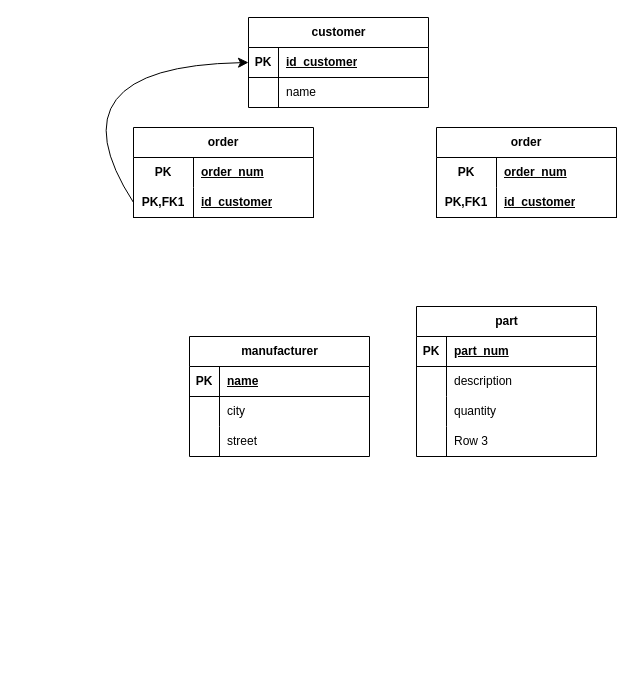
Above: RA2A2_act(2).drawio in victor06-git/Progam_with_Victor (draw.io), before the change. Source tidied: cells renumbered, new cells numbered last; positions are measured from the earlier drawing's top-left corner, leaving out a move shared by most shapes. Both pictures are drawn from the tidied source at 100%, with x=0, y=0 at pixel (45, 17).
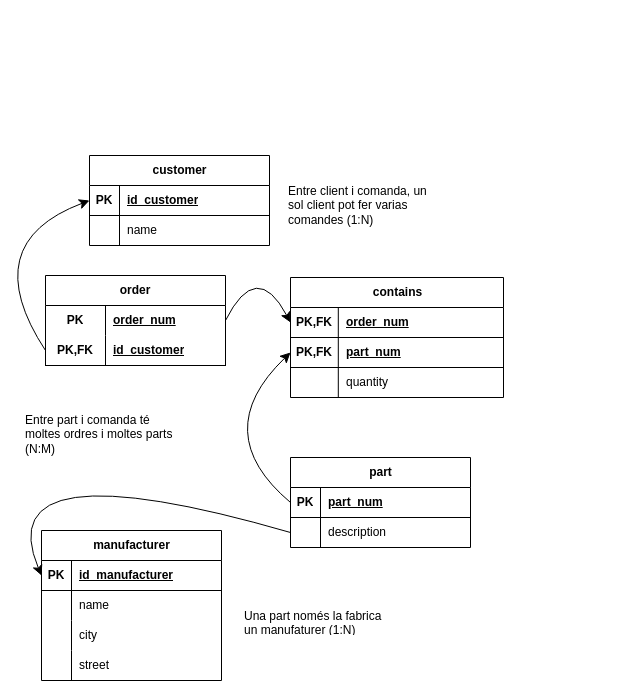
Above is the later version.

Unchanged cells that the change refers to:
```xml
<mxCell id="3" style="shape=tableRow;horizontal=0;startSize=0;swimlaneHead=0;swimlaneBody=0;fillColor=none;points=[[0,0.5],[1,0.5]];portConstraint=eastwest;top=0;left=0;right=0;bottom=1;" parent="2" vertex="1">
  <mxGeometry y="30" width="180" height="30" as="geometry" />
</mxCell>
<mxCell id="10" style="shape=tableRow;horizontal=0;startSize=0;swimlaneHead=0;swimlaneBody=0;fillColor=none;points=[[0,0.5],[1,0.5]];portConstraint=eastwest;top=0;left=0;right=0;bottom=0;html=1;" parent="9" vertex="1">
  <mxGeometry y="30" width="180" height="30" as="geometry" />
</mxCell>
<mxCell id="13" style="shape=tableRow;horizontal=0;startSize=0;swimlaneHead=0;swimlaneBody=0;fillColor=none;points=[[0,0.5],[1,0.5]];portConstraint=eastwest;top=0;left=0;right=0;bottom=1;html=1;" parent="9" vertex="1">
  <mxGeometry y="60" width="180" height="30" as="geometry" />
</mxCell>
<mxCell id="18" style="shape=tableRow;horizontal=0;startSize=0;swimlaneHead=0;swimlaneBody=0;fillColor=none;points=[[0,0.5],[1,0.5]];portConstraint=eastwest;top=0;left=0;right=0;bottom=1;" parent="17" vertex="1">
  <mxGeometry y="30" width="180" height="30" as="geometry" />
</mxCell>
<mxCell id="35" style="shape=tableRow;horizontal=0;startSize=0;swimlaneHead=0;swimlaneBody=0;fillColor=none;points=[[0,0.5],[1,0.5]];portConstraint=eastwest;top=0;left=0;right=0;bottom=1;" parent="34" vertex="1">
  <mxGeometry y="30" width="180" height="30" as="geometry" />
</mxCell>
<mxCell id="38" style="shape=tableRow;horizontal=0;startSize=0;swimlaneHead=0;swimlaneBody=0;fillColor=none;points=[[0,0.5],[1,0.5]];portConstraint=eastwest;top=0;left=0;right=0;bottom=0;" parent="34" vertex="1">
  <mxGeometry y="60" width="180" height="30" as="geometry" />
</mxCell>
```

Diff of the diagram source:
```diff
@@
     <mxCell id="2" value="customer" style="shape=table;startSize=30;childLayout=tableLayout;rowLines=0;fontStyle=1;align=center;html=1;" parent="1" vertex="1">
-      <mxGeometry x="203" width="180" height="90" as="geometry" />
+      <mxGeometry x="44" y="138" width="180" height="90" as="geometry" />
     </mxCell>
@@
     <mxCell id="9" value="order" style="shape=table;startSize=30;childLayout=tableLayout;rowLines=0;fontStyle=1;align=center;html=1;whiteSpace=wrap;" parent="1" vertex="1">
-      <mxGeometry x="88" y="110" width="180" height="90" as="geometry" />
+      <mxGeometry y="258" width="180" height="90" as="geometry" />
     </mxCell>
@@
-    <mxCell id="14" value="PK,FK1" style="shape=partialRectangle;fillColor=none;top=0;left=0;bottom=0;right=0;fontStyle=1;overflow=hidden;html=1;whiteSpace=wrap;" parent="13" vertex="1">
+    <mxCell id="14" value="PK,FK" style="shape=partialRectangle;fillColor=none;top=0;left=0;bottom=0;right=0;fontStyle=1;overflow=hidden;html=1;whiteSpace=wrap;" parent="13" vertex="1">
       <mxGeometry width="60" height="30" as="geometry" />
     </mxCell>
@@
     <mxCell id="16" style="edgeStyle=none;curved=1;rounded=0;jettySize=auto;html=1;exitX=0;exitY=0.5;exitDx=0;exitDy=0;entryX=0;entryY=0.5;entryDx=0;entryDy=0;fontSize=12;startSize=8;endSize=8;" parent="1" edge="1" source="13" target="3">
       <mxGeometry relative="1" as="geometry">
         <Array as="points">
-          <mxPoint y="49" />
+          <mxPoint x="-70" y="226" />
         </Array>
       </mxGeometry>
     </mxCell>
     <mxCell id="17" value="manufacturer" style="shape=table;startSize=30;childLayout=tableLayout;rowLines=0;fontStyle=1;align=center;html=1;" parent="1" vertex="1">
-      <mxGeometry x="144" y="319" width="180" height="120" as="geometry" />
+      <mxGeometry x="-4" y="513" width="180" height="150" as="geometry" />
     </mxCell>
@@
+    <mxCell id="47" value="id_manufacturer" style="shape=partialRectangle;fillColor=none;top=0;left=0;bottom=0;right=0;align=left;spacingLeft=6;fontStyle=5;overflow=hidden;whiteSpace=wrap;html=1;" parent="18" vertex="1">
+      <mxGeometry x="30" width="150" height="30" as="geometry" />
+    </mxCell>
+    <mxCell id="48" style="shape=tableRow;horizontal=0;startSize=0;swimlaneHead=0;swimlaneBody=0;fillColor=none;top=0;left=0;right=0;bottom=0;" parent="17" vertex="1">
+      <mxGeometry y="60" width="180" height="30" as="geometry" />
+    </mxCell>
+    <mxCell id="49" style="shape=partialRectangle;fillColor=none;top=0;left=0;bottom=0;right=0;overflow=hidden;whiteSpace=wrap;html=1;" parent="48" vertex="1">
+      <mxGeometry width="30" height="30" as="geometry" />
+    </mxCell>
-    <mxCell id="20" value="name" style="shape=partialRectangle;fillColor=none;top=0;left=0;bottom=0;right=0;align=left;spacingLeft=6;fontStyle=5;overflow=hidden;whiteSpace=wrap;html=1;" parent="18" vertex="1">
+    <mxCell id="20" value="name" style="shape=partialRectangle;fillColor=none;top=0;left=0;bottom=0;right=0;align=left;spacingLeft=6;overflow=hidden;whiteSpace=wrap;html=1;" parent="48" vertex="1">
       <mxGeometry x="30" width="150" height="30" as="geometry" />
     </mxCell>
     <mxCell id="21" style="shape=tableRow;horizontal=0;startSize=0;swimlaneHead=0;swimlaneBody=0;fillColor=none;top=0;left=0;right=0;bottom=0;" parent="17" vertex="1">
-      <mxGeometry y="60" width="180" height="30" as="geometry" />
+      <mxGeometry y="90" width="180" height="30" as="geometry" />
     </mxCell>
@@
     <mxCell id="24" style="shape=tableRow;horizontal=0;startSize=0;swimlaneHead=0;swimlaneBody=0;fillColor=none;top=0;left=0;right=0;bottom=0;" parent="17" vertex="1">
-      <mxGeometry y="90" width="180" height="30" as="geometry" />
+      <mxGeometry y="120" width="180" height="30" as="geometry" />
     </mxCell>
@@
-    <mxCell id="27" value="order" style="shape=table;startSize=30;childLayout=tableLayout;rowLines=0;fontStyle=1;align=center;html=1;whiteSpace=wrap;" parent="1" vertex="1">
-      <mxGeometry x="391" y="110" width="180" height="90" as="geometry" />
-    </mxCell>
-    <mxCell id="28" style="shape=tableRow;horizontal=0;startSize=0;swimlaneHead=0;swimlaneBody=0;fillColor=none;top=0;left=0;right=0;bottom=0;html=1;" parent="27" vertex="1">
-      <mxGeometry y="30" width="180" height="30" as="geometry" />
-    </mxCell>
-    <mxCell id="29" value="PK" style="shape=partialRectangle;fillColor=none;top=0;left=0;bottom=0;right=0;fontStyle=1;overflow=hidden;html=1;whiteSpace=wrap;" parent="28" vertex="1">
-      <mxGeometry width="60" height="30" as="geometry" />
-    </mxCell>
-    <mxCell id="30" value="order_num" style="shape=partialRectangle;fillColor=none;top=0;left=0;bottom=0;right=0;align=left;spacingLeft=6;fontStyle=5;overflow=hidden;html=1;whiteSpace=wrap;" parent="28" vertex="1">
-      <mxGeometry x="60" width="120" height="30" as="geometry" />
-    </mxCell>
-    <mxCell id="31" style="shape=tableRow;horizontal=0;startSize=0;swimlaneHead=0;swimlaneBody=0;fillColor=none;top=0;left=0;right=0;bottom=1;html=1;" parent="27" vertex="1">
-      <mxGeometry y="60" width="180" height="30" as="geometry" />
-    </mxCell>
-    <mxCell id="32" value="PK,FK1" style="shape=partialRectangle;fillColor=none;top=0;left=0;bottom=0;right=0;fontStyle=1;overflow=hidden;html=1;whiteSpace=wrap;" parent="31" vertex="1">
-      <mxGeometry width="60" height="30" as="geometry" />
-    </mxCell>
-    <mxCell id="33" value="id_customer" style="shape=partialRectangle;fillColor=none;top=0;left=0;bottom=0;right=0;align=left;spacingLeft=6;fontStyle=5;overflow=hidden;html=1;whiteSpace=wrap;" parent="31" vertex="1">
-      <mxGeometry x="60" width="120" height="30" as="geometry" />
-    </mxCell>
     <mxCell id="34" value="part" style="shape=table;startSize=30;childLayout=tableLayout;rowLines=0;fontStyle=1;align=center;html=1;" parent="1" vertex="1">
-      <mxGeometry x="371" y="289" width="180" height="150" as="geometry" />
+      <mxGeometry x="245" y="440" width="180" height="90" as="geometry" />
     </mxCell>
@@
-    <mxCell id="41" style="shape=tableRow;horizontal=0;startSize=0;swimlaneHead=0;swimlaneBody=0;fillColor=none;top=0;left=0;right=0;bottom=0;" parent="34" vertex="1">
-      <mxGeometry y="90" width="180" height="30" as="geometry" />
-    </mxCell>
-    <mxCell id="42" style="shape=partialRectangle;fillColor=none;top=0;left=0;bottom=0;right=0;overflow=hidden;whiteSpace=wrap;html=1;" parent="41" vertex="1">
-      <mxGeometry width="30" height="30" as="geometry" />
-    </mxCell>
+    <mxCell id="50" value="contains" style="shape=table;startSize=30;childLayout=tableLayout;rowLines=0;fontStyle=1;align=center;html=1;" parent="1" vertex="1">
+      <mxGeometry x="245" y="260" width="213" height="120" as="geometry" />
+    </mxCell>
+    <mxCell id="51" style="shape=tableRow;horizontal=0;startSize=0;swimlaneHead=0;swimlaneBody=0;fillColor=none;points=[[0,0.5],[1,0.5]];portConstraint=eastwest;top=0;left=0;right=0;bottom=1;" parent="50" vertex="1">
+      <mxGeometry y="30" width="213" height="30" as="geometry" />
+    </mxCell>
+    <mxCell id="52" value="PK,FK" style="shape=partialRectangle;fillColor=none;top=0;left=0;bottom=0;right=0;fontStyle=1;overflow=hidden;whiteSpace=wrap;html=1;" parent="51" vertex="1">
+      <mxGeometry width="47.8" height="30" as="geometry" />
+    </mxCell>
+    <mxCell id="30" value="order_num" style="shape=partialRectangle;fillColor=none;top=0;left=0;bottom=0;right=0;align=left;spacingLeft=6;fontStyle=5;overflow=hidden;whiteSpace=wrap;html=1;" parent="51" vertex="1">
+      <mxGeometry x="47.8" width="165.2" height="30" as="geometry" />
+    </mxCell>
+    <mxCell id="53" style="shape=tableRow;horizontal=0;startSize=0;swimlaneHead=0;swimlaneBody=0;fillColor=none;points=[[0,0.5],[1,0.5]];portConstraint=eastwest;top=0;left=0;right=0;bottom=1;" parent="50" vertex="1">
+      <mxGeometry y="60" width="213" height="30" as="geometry" />
+    </mxCell>
+    <mxCell id="54" value="PK,FK" style="shape=partialRectangle;fillColor=none;top=0;left=0;bottom=0;right=0;fontStyle=1;overflow=hidden;whiteSpace=wrap;html=1;" parent="53" vertex="1">
+      <mxGeometry width="47.8" height="30" as="geometry" />
+    </mxCell>
+    <mxCell id="55" value="part_num" style="shape=partialRectangle;fillColor=none;top=0;left=0;bottom=0;right=0;align=left;spacingLeft=6;fontStyle=5;overflow=hidden;whiteSpace=wrap;html=1;" parent="53" vertex="1">
+      <mxGeometry x="47.8" width="165.2" height="30" as="geometry" />
+    </mxCell>
+    <mxCell id="56" style="shape=tableRow;horizontal=0;startSize=0;swimlaneHead=0;swimlaneBody=0;fillColor=none;top=0;left=0;right=0;bottom=0;" parent="50" vertex="1">
+      <mxGeometry y="90" width="213" height="30" as="geometry" />
+    </mxCell>
+    <mxCell id="57" style="shape=partialRectangle;fillColor=none;top=0;left=0;bottom=0;right=0;overflow=hidden;whiteSpace=wrap;html=1;" parent="56" vertex="1">
+      <mxGeometry width="47.8" height="30" as="geometry" />
+    </mxCell>
-    <mxCell id="43" value="quantity" style="shape=partialRectangle;fillColor=none;top=0;left=0;bottom=0;right=0;align=left;spacingLeft=6;overflow=hidden;whiteSpace=wrap;html=1;" parent="41" vertex="1">
-      <mxGeometry x="30" width="150" height="30" as="geometry" />
+    <mxCell id="43" value="quantity" style="shape=partialRectangle;fillColor=none;top=0;left=0;bottom=0;right=0;align=left;spacingLeft=6;overflow=hidden;whiteSpace=wrap;html=1;" parent="56" vertex="1">
+      <mxGeometry x="47.8" width="165.2" height="30" as="geometry" />
     </mxCell>
-    <mxCell id="44" style="shape=tableRow;horizontal=0;startSize=0;swimlaneHead=0;swimlaneBody=0;fillColor=none;top=0;left=0;right=0;bottom=0;" parent="34" vertex="1">
-      <mxGeometry y="120" width="180" height="30" as="geometry" />
-    </mxCell>
-    <mxCell id="45" style="shape=partialRectangle;fillColor=none;top=0;left=0;bottom=0;right=0;overflow=hidden;whiteSpace=wrap;html=1;" parent="44" vertex="1">
-      <mxGeometry width="30" height="30" as="geometry" />
-    </mxCell>
-    <mxCell id="46" value="Row 3" style="shape=partialRectangle;fillColor=none;top=0;left=0;bottom=0;right=0;align=left;spacingLeft=6;overflow=hidden;whiteSpace=wrap;html=1;" parent="44" vertex="1">
-      <mxGeometry x="30" width="150" height="30" as="geometry" />
-    </mxCell>
+    <mxCell id="58" style="edgeStyle=none;curved=1;rounded=0;jettySize=auto;html=1;exitX=0;exitY=0.5;exitDx=0;exitDy=0;entryX=0;entryY=0.5;entryDx=0;entryDy=0;fontSize=12;startSize=8;endSize=8;" parent="1" edge="1" source="35" target="53">
+      <mxGeometry relative="1" as="geometry">
+        <Array as="points">
+          <mxPoint x="162" y="415" />
+        </Array>
+      </mxGeometry>
+    </mxCell>
+    <mxCell id="59" style="edgeStyle=none;curved=1;rounded=0;jettySize=auto;html=1;exitX=1;exitY=0.5;exitDx=0;exitDy=0;entryX=0;entryY=0.5;entryDx=0;entryDy=0;fontSize=12;startSize=8;endSize=8;" parent="1" edge="1" source="10" target="51">
+      <mxGeometry relative="1" as="geometry">
+        <Array as="points">
+          <mxPoint x="211" y="241" />
+        </Array>
+      </mxGeometry>
+    </mxCell>
+    <mxCell id="60" style="edgeStyle=none;curved=1;rounded=0;jettySize=auto;html=1;exitX=0;exitY=0.5;exitDx=0;exitDy=0;entryX=0;entryY=0.5;entryDx=0;entryDy=0;fontSize=12;startSize=8;endSize=8;" parent="1" edge="1" source="38" target="18">
+      <mxGeometry relative="1" as="geometry">
+        <Array as="points">
+          <mxPoint x="-59" y="427" />
+        </Array>
+      </mxGeometry>
+    </mxCell>
+    <mxCell id="61" value="Una part només la fabrica un manufaturer (1:N)" style="text;strokeColor=none;fillColor=none;spacingLeft=4;spacingRight=4;overflow=hidden;fontSize=12;whiteSpace=wrap;html=1;" parent="1" vertex="1">
+      <mxGeometry x="193" y="585" width="158" height="30" as="geometry" />
+    </mxCell>
+    <mxCell id="62" value="Entre part i comanda té moltes ordres i moltes parts (N:M)" style="text;strokeColor=none;fillColor=none;spacingLeft=4;spacingRight=4;overflow=hidden;fontSize=12;whiteSpace=wrap;html=1;" parent="1" vertex="1">
+      <mxGeometry x="-26" y="389" width="158" height="52" as="geometry" />
+    </mxCell>
+    <mxCell id="63" value="Entre client i comanda, un sol client pot fer varias comandes (1:N)" style="text;strokeColor=none;fillColor=none;spacingLeft=4;spacingRight=4;overflow=hidden;fontSize=12;whiteSpace=wrap;html=1;" parent="1" vertex="1">
+      <mxGeometry x="237" y="160" width="158" height="52" as="geometry" />
+    </mxCell>
```
